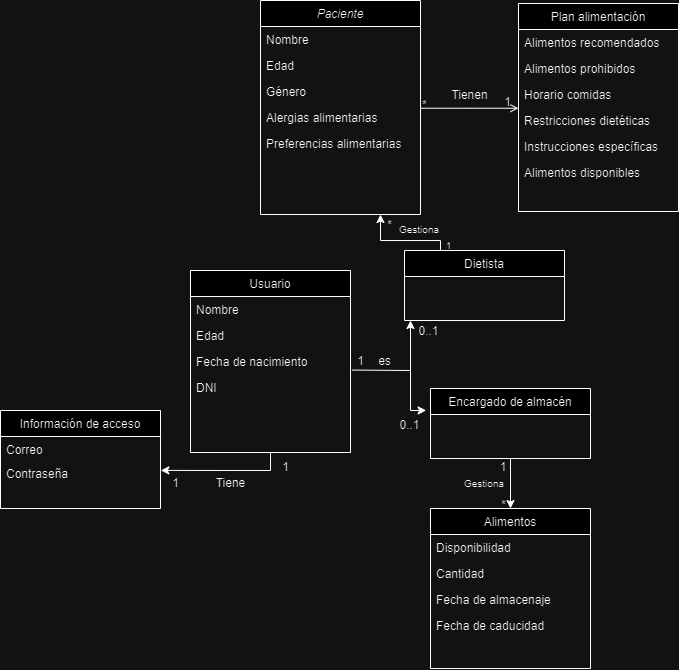
CGIS-2024/proyecto-evaluacion-continua-grupoalfalb keeps this draw.io diagram as images/UML.drawio.png. Above is the earlier version. Source tidied: cells renumbered, new cells last; positions are measured from the earlier drawing's top-left corner, leaving out a move shared by most shapes.
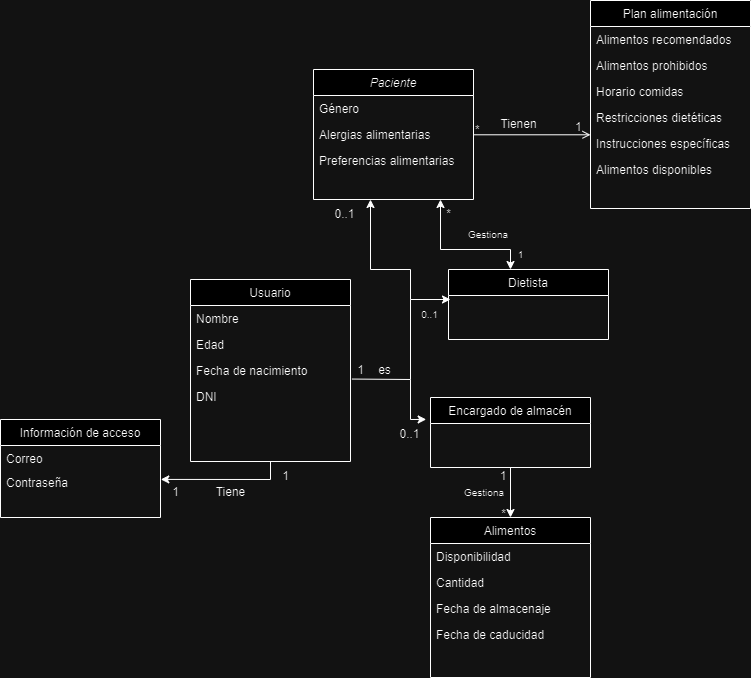
After the change.

Commit message:
Modificación UML

Diff of the diagram source:
```diff
@@ -3,28 +3,22 @@
     <mxCell id="0" />
     <mxCell id="1" parent="0" />
     <mxCell id="2" value="Paciente" style="swimlane;fontStyle=2;align=center;verticalAlign=top;horizontal=1;startSize=26;rounded=0;shadow=0;strokeWidth=1;" parent="1" vertex="1">
-      <mxGeometry x="260" width="160" height="214" as="geometry" />
+      <mxGeometry x="313" y="60" width="160" height="130" as="geometry" />
     </mxCell>
-    <mxCell id="3" value="Nombre" style="text;align=left;verticalAlign=top;spacingLeft=4;spacingRight=4;overflow=hidden;" parent="2" vertex="1">
-      <mxGeometry y="26" width="160" height="26" as="geometry" />
-    </mxCell>
-    <mxCell id="4" value="Edad" style="text;align=left;verticalAlign=top;spacingLeft=4;spacingRight=4;overflow=hidden;rounded=0;shadow=0;html=0;" parent="2" vertex="1">
-      <mxGeometry y="52" width="160" height="26" as="geometry" />
-    </mxCell>
     <mxCell id="5" value="Género" style="text;align=left;verticalAlign=top;spacingLeft=4;spacingRight=4;overflow=hidden;rounded=0;shadow=0;html=0;" parent="2" vertex="1">
-      <mxGeometry y="78" width="160" height="26" as="geometry" />
+      <mxGeometry y="26" width="160" height="26" as="geometry" />
     </mxCell>
     <mxCell id="6" value="Alergias alimentarias" style="text;align=left;verticalAlign=top;spacingLeft=4;spacingRight=4;overflow=hidden;rounded=0;shadow=0;html=0;" parent="2" vertex="1">
-      <mxGeometry y="104" width="160" height="26" as="geometry" />
+      <mxGeometry y="52" width="160" height="26" as="geometry" />
     </mxCell>
     <mxCell id="7" value="Preferencias alimentarias" style="text;align=left;verticalAlign=top;spacingLeft=4;spacingRight=4;overflow=hidden;rounded=0;shadow=0;html=0;" parent="2" vertex="1">
-      <mxGeometry y="130" width="160" height="28" as="geometry" />
+      <mxGeometry y="78" width="160" height="28" as="geometry" />
     </mxCell>
     <mxCell id="8" value="Dietista" style="swimlane;fontStyle=0;align=center;verticalAlign=top;horizontal=1;startSize=26;rounded=0;shadow=0;strokeWidth=1;" parent="1" vertex="1">
-      <mxGeometry x="404" y="250" width="160" height="70" as="geometry" />
+      <mxGeometry x="448" y="260" width="160" height="70" as="geometry" />
     </mxCell>
     <mxCell id="9" value="Plan alimentación" style="swimlane;fontStyle=0;align=center;verticalAlign=top;horizontal=1;startSize=26;rounded=0;shadow=0;strokeWidth=1;" parent="1" vertex="1">
-      <mxGeometry x="518" y="3" width="160" height="208" as="geometry" />
+      <mxGeometry x="590" y="-9" width="160" height="208" as="geometry" />
     </mxCell>
     <mxCell id="10" value="Alimentos recomendados" style="text;align=left;verticalAlign=top;spacingLeft=4;spacingRight=4;overflow=hidden;" parent="9" vertex="1">
       <mxGeometry y="26" width="160" height="26" as="geometry" />
@@ -60,7 +54,7 @@
       </mxGeometry>
     </mxCell>
     <mxCell id="19" value="Tienen" style="text;html=1;align=center;verticalAlign=middle;strokeColor=none;fillColor=none;" parent="1" vertex="1">
-      <mxGeometry x="439" y="80" width="60" height="30" as="geometry" />
+      <mxGeometry x="488" y="100" width="60" height="30" as="geometry" />
     </mxCell>
     <mxCell id="20" value="Usuario" style="swimlane;fontStyle=0;align=center;verticalAlign=top;horizontal=1;startSize=26;rounded=0;shadow=0;strokeWidth=1;" parent="1" vertex="1">
       <mxGeometry x="190" y="270" width="160" height="182" as="geometry" />
@@ -105,25 +99,19 @@
       <mxGeometry y="50" width="160" height="24" as="geometry" />
     </mxCell>
     <mxCell id="34" value="&lt;font style=&quot;font-size: 10px;&quot;&gt;Gestiona&lt;/font&gt;" style="text;html=1;align=center;verticalAlign=middle;whiteSpace=wrap;rounded=0;" parent="1" vertex="1">
-      <mxGeometry x="389" y="214" width="60" height="30" as="geometry" />
+      <mxGeometry x="458" y="210" width="60" height="30" as="geometry" />
     </mxCell>
     <mxCell id="35" value="&lt;font style=&quot;font-size: 10px;&quot;&gt;1&lt;/font&gt;" style="text;html=1;align=center;verticalAlign=middle;strokeColor=none;fillColor=none;" parent="1" vertex="1">
-      <mxGeometry x="433" y="230" width="30" height="30" as="geometry" />
+      <mxGeometry x="505" y="230" width="30" height="30" as="geometry" />
     </mxCell>
     <mxCell id="36" value="*" style="text;html=1;align=center;verticalAlign=middle;strokeColor=none;fillColor=none;" parent="1" vertex="1">
-      <mxGeometry x="374" y="210" width="30" height="30" as="geometry" />
+      <mxGeometry x="433" y="190" width="30" height="30" as="geometry" />
     </mxCell>
     <mxCell id="37" style="endArrow=none;html=1;rounded=0;exitX=1.009;exitY=0.829;exitDx=0;exitDy=0;exitPerimeter=0;" parent="1" edge="1" source="23">
       <mxGeometry relative="1" as="geometry">
         <mxPoint x="410" y="370" as="targetPoint" />
       </mxGeometry>
     </mxCell>
-    <mxCell id="38" style="endArrow=classic;html=1;rounded=0;" parent="1" edge="1">
-      <mxGeometry relative="1" as="geometry">
-        <mxPoint x="410" y="370" as="sourcePoint" />
-        <mxPoint x="410" y="320" as="targetPoint" />
-      </mxGeometry>
-    </mxCell>
     <mxCell id="39" style="endArrow=classic;html=1;rounded=0;entryX=-0.027;entryY=0.313;entryDx=0;entryDy=0;entryPerimeter=0;" parent="1" edge="1" target="25">
       <mxGeometry relative="1" as="geometry">
         <mxPoint x="410" y="410" as="sourcePoint" />
@@ -135,8 +123,8 @@
     <mxCell id="41" value="es" style="text;html=1;align=center;verticalAlign=middle;strokeColor=none;fillColor=none;" parent="1" vertex="1">
       <mxGeometry x="364" y="346" width="40" height="30" as="geometry" />
     </mxCell>
-    <mxCell id="42" value="0..1" style="text;html=1;align=center;verticalAlign=middle;strokeColor=none;fillColor=none;" parent="1" vertex="1">
-      <mxGeometry x="408" y="316" width="40" height="30" as="geometry" />
+    <mxCell id="42" value="&lt;font style=&quot;font-size: 10px;&quot;&gt;0..1&lt;/font&gt;" style="text;html=1;align=center;verticalAlign=middle;strokeColor=none;fillColor=none;" parent="1" vertex="1">
+      <mxGeometry x="409" y="290" width="40" height="30" as="geometry" />
     </mxCell>
     <mxCell id="43" value="0..1" style="text;html=1;align=center;verticalAlign=middle;strokeColor=none;fillColor=none;" parent="1" vertex="1">
       <mxGeometry x="389" y="410" width="40" height="30" as="geometry" />
@@ -178,21 +166,62 @@
         <mxPoint x="270" y="470" as="sourcePoint" />
       </mxGeometry>
     </mxCell>
-    <mxCell id="54" style="endArrow=none;html=1;rounded=0;exitX=0.225;exitY=0.002;exitDx=0;exitDy=0;exitPerimeter=0;" parent="1" edge="1" source="8">
+    <mxCell id="54" style="endArrow=none;html=1;rounded=0;" parent="1" edge="1">
       <mxGeometry relative="1" as="geometry">
+        <mxPoint x="510" y="240" as="sourcePoint" />
         <mxPoint x="440" y="240" as="targetPoint" />
       </mxGeometry>
     </mxCell>
     <mxCell id="55" style="endArrow=none;html=1;rounded=0;" parent="1" edge="1">
       <mxGeometry relative="1" as="geometry">
-        <mxPoint x="380" y="240" as="sourcePoint" />
+        <mxPoint x="440" y="240" as="sourcePoint" />
         <mxPoint x="440" y="240" as="targetPoint" />
       </mxGeometry>
     </mxCell>
-    <mxCell id="56" style="endArrow=classic;html=1;rounded=0;entryX=0.75;entryY=1;entryDx=0;entryDy=0;" parent="1" edge="1" target="2">
+    <mxCell id="56" style="endArrow=classic;html=1;rounded=0;" parent="1" edge="1">
       <mxGeometry relative="1" as="geometry">
-        <mxPoint x="380" y="240" as="sourcePoint" />
+        <mxPoint x="440" y="240" as="sourcePoint" />
+        <mxPoint x="440" y="190" as="targetPoint" />
       </mxGeometry>
     </mxCell>
+    <mxCell id="57" style="endArrow=classic;html=1;rounded=0;" parent="1" edge="1">
+      <mxGeometry relative="1" as="geometry">
+        <mxPoint x="510" y="240" as="sourcePoint" />
+        <mxPoint x="510" y="260" as="targetPoint" />
+      </mxGeometry>
+    </mxCell>
+    <mxCell id="58" style="endArrow=none;html=1;rounded=0;" parent="1" edge="1">
+      <mxGeometry relative="1" as="geometry">
+        <mxPoint x="410" y="370" as="sourcePoint" />
+        <mxPoint x="410" y="290" as="targetPoint" />
+      </mxGeometry>
+    </mxCell>
+    <mxCell id="59" style="endArrow=classic;html=1;rounded=0;" parent="1" edge="1">
+      <mxGeometry relative="1" as="geometry">
+        <mxPoint x="410" y="290" as="sourcePoint" />
+        <mxPoint x="450" y="290" as="targetPoint" />
+      </mxGeometry>
+    </mxCell>
+    <mxCell id="60" style="endArrow=none;html=1;rounded=0;" parent="1" edge="1">
+      <mxGeometry relative="1" as="geometry">
+        <mxPoint x="410" y="290" as="sourcePoint" />
+        <mxPoint x="410" y="260" as="targetPoint" />
+      </mxGeometry>
+    </mxCell>
+    <mxCell id="61" style="endArrow=none;html=1;rounded=0;" parent="1" edge="1">
+      <mxGeometry relative="1" as="geometry">
+        <mxPoint x="370" y="260" as="sourcePoint" />
+        <mxPoint x="410" y="260" as="targetPoint" />
+      </mxGeometry>
+    </mxCell>
+    <mxCell id="62" style="endArrow=classic;html=1;rounded=0;" parent="1" edge="1">
+      <mxGeometry relative="1" as="geometry">
+        <mxPoint x="370" y="260" as="sourcePoint" />
+        <mxPoint x="370" y="190" as="targetPoint" />
+      </mxGeometry>
+    </mxCell>
+    <mxCell id="63" value="0..1" style="text;html=1;align=center;verticalAlign=middle;strokeColor=none;fillColor=none;" parent="1" vertex="1">
+      <mxGeometry x="324" y="190" width="40" height="30" as="geometry" />
+    </mxCell>
   </root>
 </mxGraphModel>
```
